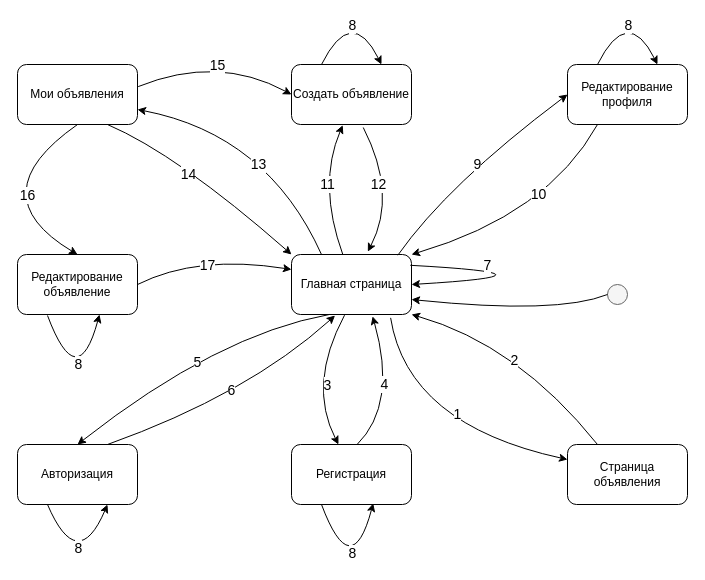
This is docs/Граф состояний интерфейса переходы цифрами.drawio from cod1ng-space/avito-clone, a draw.io file, before an edit. Source tidied: cells renumbered, new cells numbered last; positions are measured from the earlier drawing's top-left corner, leaving out a move shared by most shapes. Both pictures are drawn from the tidied source at 100%, with x=0, y=0 at pixel (-23, 4).
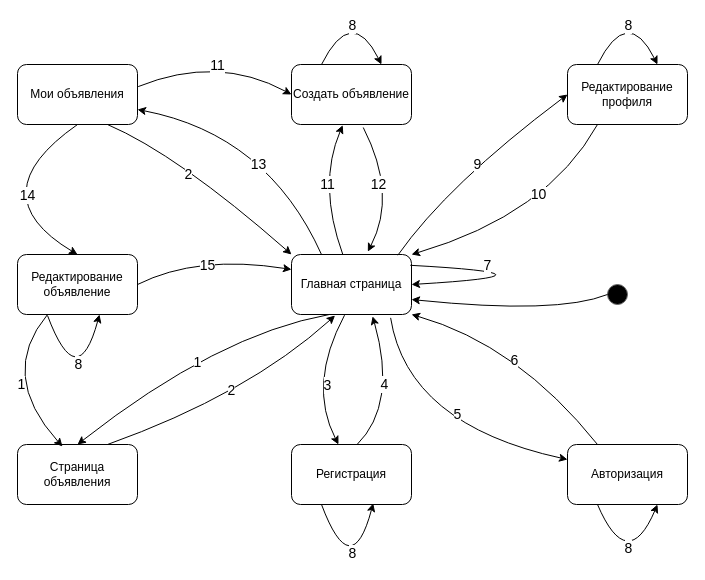
The same page after the edit.

The change refers to these unchanged cells:
```xml
<mxCell id="8" value="Редактирование объявление" style="rounded=1;whiteSpace=wrap;html=1;" parent="1" vertex="1">
  <mxGeometry x="40" y="250" width="120" height="60" as="geometry" />
</mxCell>
<mxCell id="10" style="curved=1;endArrow=classic;html=1;rounded=0;exitX=0.317;exitY=0.999;exitDx=0;exitDy=0;exitPerimeter=0;entryX=0.5;entryY=0;entryDx=0;entryDy=0;" parent="1" edge="1" source="2" target="3">
  <mxGeometry relative="1" as="geometry">
    <Array as="points">
      <mxPoint x="240" y="330" />
    </Array>
  </mxGeometry>
</mxCell>
<mxCell id="12" style="curved=1;endArrow=classic;html=1;rounded=0;exitX=0.75;exitY=0;exitDx=0;exitDy=0;entryX=0.363;entryY=1.017;entryDx=0;entryDy=0;entryPerimeter=0;" parent="1" edge="1" source="3" target="2">
  <mxGeometry relative="1" as="geometry">
    <Array as="points">
      <mxPoint x="270" y="390" />
    </Array>
  </mxGeometry>
</mxCell>
<mxCell id="20" style="curved=1;endArrow=classic;html=1;rounded=0;exitX=0.826;exitY=1.056;exitDx=0;exitDy=0;exitPerimeter=0;entryX=0;entryY=0.25;entryDx=0;entryDy=0;" parent="1" edge="1" source="2" target="5">
  <mxGeometry relative="1" as="geometry">
    <Array as="points">
      <mxPoint x="430" y="420" />
    </Array>
  </mxGeometry>
</mxCell>
<mxCell id="22" style="curved=1;endArrow=classic;html=1;rounded=0;exitX=0.25;exitY=0;exitDx=0;exitDy=0;entryX=1;entryY=1;entryDx=0;entryDy=0;" parent="1" edge="1" source="5" target="2">
  <mxGeometry relative="1" as="geometry">
    <Array as="points">
      <mxPoint x="540" y="340" />
    </Array>
  </mxGeometry>
</mxCell>
<mxCell id="24" style="curved=1;endArrow=classic;html=1;rounded=0;exitX=1;exitY=0.5;exitDx=0;exitDy=0;entryX=0;entryY=0.25;entryDx=0;entryDy=0;" parent="1" edge="1" source="8" target="2">
  <mxGeometry relative="1" as="geometry">
    <Array as="points">
      <mxPoint x="220" y="250" />
    </Array>
  </mxGeometry>
</mxCell>
<mxCell id="26" style="curved=1;endArrow=classic;html=1;rounded=0;exitX=0.75;exitY=1;exitDx=0;exitDy=0;entryX=0;entryY=0;entryDx=0;entryDy=0;" parent="1" edge="1" source="6" target="2">
  <mxGeometry relative="1" as="geometry">
    <Array as="points">
      <mxPoint x="200" y="150" />
    </Array>
  </mxGeometry>
</mxCell>
<mxCell id="28" style="curved=1;endArrow=classic;html=1;rounded=0;exitX=0.5;exitY=1;exitDx=0;exitDy=0;entryX=0.5;entryY=0;entryDx=0;entryDy=0;" parent="1" edge="1" source="6" target="8">
  <mxGeometry relative="1" as="geometry">
    <Array as="points">
      <mxPoint y="190" />
    </Array>
  </mxGeometry>
</mxCell>
<mxCell id="36" style="curved=1;endArrow=classic;html=1;rounded=0;exitX=1.006;exitY=0.368;exitDx=0;exitDy=0;exitPerimeter=0;entryX=0;entryY=0.5;entryDx=0;entryDy=0;" parent="1" edge="1" source="6" target="7">
  <mxGeometry relative="1" as="geometry">
    <Array as="points">
      <mxPoint x="240" y="50" />
    </Array>
  </mxGeometry>
</mxCell>
```

What changed in the source:
```diff
@@
-    <mxCell id="3" value="Авторизация" style="rounded=1;whiteSpace=wrap;html=1;" parent="1" vertex="1">
+    <mxCell id="3" value="Страница объявления" style="rounded=1;whiteSpace=wrap;html=1;" parent="1" vertex="1">
       <mxGeometry x="40" y="440" width="120" height="60" as="geometry" />
     </mxCell>
@@
-    <mxCell id="5" value="Страница объявления" style="rounded=1;whiteSpace=wrap;html=1;" parent="1" vertex="1">
+    <mxCell id="5" value="Авторизация" style="rounded=1;whiteSpace=wrap;html=1;" parent="1" vertex="1">
       <mxGeometry x="590" y="440" width="120" height="60" as="geometry" />
     </mxCell>
@@
-    <mxCell id="11" value="5" style="edgeLabel;html=1;align=center;verticalAlign=middle;fontSize=14;" parent="10" vertex="1">
+    <mxCell id="11" value="1" style="edgeLabel;html=1;align=center;verticalAlign=middle;fontSize=14;" parent="10" vertex="1">
       <mxGeometry x="0.01" y="9" relative="1" as="geometry" />
     </mxCell>
@@
-    <mxCell id="13" value="6" style="edgeLabel;html=1;align=center;verticalAlign=middle;fontSize=14;" parent="12" vertex="1">
+    <mxCell id="13" value="2" style="edgeLabel;html=1;align=center;verticalAlign=middle;fontSize=14;" parent="12" vertex="1">
       <mxGeometry x="0.01" y="10" relative="1" as="geometry" />
     </mxCell>
@@
-    <mxCell id="21" value="1" style="edgeLabel;html=1;align=center;verticalAlign=middle;fontSize=14;" parent="20" vertex="1">
+    <mxCell id="21" value="5" style="edgeLabel;html=1;align=center;verticalAlign=middle;fontSize=14;" parent="20" vertex="1">
       <mxGeometry x="0.01" y="9" relative="1" as="geometry">
         <mxPoint x="19" y="-8" as="offset" />
       </mxGeometry>
     </mxCell>
@@
-    <mxCell id="23" value="2" style="edgeLabel;html=1;align=center;verticalAlign=middle;fontSize=14;" parent="22" vertex="1">
+    <mxCell id="23" value="6" style="edgeLabel;html=1;align=center;verticalAlign=middle;fontSize=14;" parent="22" vertex="1">
       <mxGeometry x="-0.01" y="13" relative="1" as="geometry" />
     </mxCell>
@@
-    <mxCell id="25" value="17" style="edgeLabel;html=1;align=center;verticalAlign=middle;fontSize=14;" parent="24" vertex="1">
+    <mxCell id="25" value="15" style="edgeLabel;html=1;align=center;verticalAlign=middle;fontSize=14;" parent="24" vertex="1">
       <mxGeometry x="-0.01" y="13" relative="1" as="geometry">
         <mxPoint x="-5" y="21" as="offset" />
       </mxGeometry>
     </mxCell>
@@
-    <mxCell id="27" value="14" style="edgeLabel;html=1;align=center;verticalAlign=middle;fontSize=14;" parent="26" vertex="1">
+    <mxCell id="27" value="2" style="edgeLabel;html=1;align=center;verticalAlign=middle;fontSize=14;" parent="26" vertex="1">
       <mxGeometry x="-0.01" y="13" relative="1" as="geometry">
         <mxPoint x="-26" y="5" as="offset" />
       </mxGeometry>
     </mxCell>
@@
-    <mxCell id="29" value="16" style="edgeLabel;html=1;align=center;verticalAlign=middle;fontSize=14;" parent="28" vertex="1">
+    <mxCell id="29" value="14" style="edgeLabel;html=1;align=center;verticalAlign=middle;fontSize=14;" parent="28" vertex="1">
       <mxGeometry x="-0.01" y="13" relative="1" as="geometry">
         <mxPoint x="39" y="-8" as="offset" />
       </mxGeometry>
     </mxCell>
@@
-    <mxCell id="37" value="15" style="edgeLabel;html=1;align=center;verticalAlign=middle;fontSize=14;" parent="36" vertex="1">
+    <mxCell id="37" value="11" style="edgeLabel;html=1;align=center;verticalAlign=middle;fontSize=14;" parent="36" vertex="1">
       <mxGeometry x="-0.24" y="5" relative="1" as="geometry">
         <mxPoint x="21" y="7" as="offset" />
       </mxGeometry>
     </mxCell>
@@
-    <mxCell id="42" style="ellipse;whiteSpace=wrap;html=1;fillColor=light-dark(#f5f5f5, #000000);fontColor=#333333;strokeColor=#666666;fillStyle=solid;" parent="1" vertex="1">
+    <mxCell id="42" style="ellipse;whiteSpace=wrap;html=1;fillColor=light-dark(#000000,#000000);fontColor=#333333;strokeColor=#666666;fillStyle=solid;gradientColor=none;" parent="1" vertex="1">
       <mxGeometry x="630" y="280" width="20" height="20" as="geometry" />
     </mxCell>
@@
-    <mxCell id="44" style="curved=1;endArrow=classic;html=1;rounded=0;exitX=0.25;exitY=1;exitDx=0;exitDy=0;entryX=0.75;entryY=1;entryDx=0;entryDy=0;" parent="1" edge="1" source="3" target="3">
-      <mxGeometry relative="1" as="geometry">
-        <Array as="points">
-          <mxPoint x="100" y="570" />
-        </Array>
-      </mxGeometry>
-    </mxCell>
-    <mxCell id="45" value="8" style="edgeLabel;html=1;align=center;verticalAlign=middle;fontSize=14;" parent="44" vertex="1">
-      <mxGeometry x="0.01" y="10" relative="1" as="geometry">
-        <mxPoint x="9" y="-22" as="offset" />
-      </mxGeometry>
-    </mxCell>
@@
+    <mxCell id="54" style="curved=1;endArrow=classic;html=1;rounded=0;exitX=0.25;exitY=1;exitDx=0;exitDy=0;entryX=0.75;entryY=1;entryDx=0;entryDy=0;" parent="1" edge="1">
+      <mxGeometry relative="1" as="geometry">
+        <mxPoint x="620" y="500" as="sourcePoint" />
+        <mxPoint x="680" y="500" as="targetPoint" />
+        <Array as="points">
+          <mxPoint x="650" y="570" />
+        </Array>
+      </mxGeometry>
+    </mxCell>
+    <mxCell id="45" value="8" style="edgeLabel;html=1;align=center;verticalAlign=middle;fontSize=14;" parent="54" vertex="1">
+      <mxGeometry x="0.01" y="10" relative="1" as="geometry">
+        <mxPoint x="9" y="-22" as="offset" />
+      </mxGeometry>
+    </mxCell>
+    <mxCell id="55" style="curved=1;endArrow=classic;html=1;rounded=0;exitX=0.25;exitY=1;exitDx=0;exitDy=0;" parent="1" edge="1" source="8">
+      <mxGeometry relative="1" as="geometry">
+        <mxPoint x="85" y="442" as="targetPoint" />
+        <Array as="points">
+          <mxPoint x="20" y="370" />
+        </Array>
+      </mxGeometry>
+    </mxCell>
+    <mxCell id="56" value="1" style="edgeLabel;html=1;align=center;verticalAlign=middle;fontSize=14;" parent="55" vertex="1">
+      <mxGeometry x="0.01" y="10" relative="1" as="geometry">
+        <mxPoint x="9" y="9" as="offset" />
+      </mxGeometry>
+    </mxCell>
```
